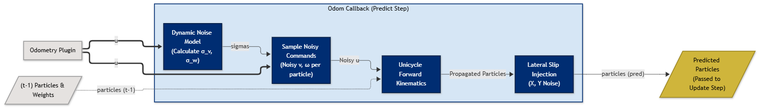
The Mermaid diagram docs/Reasoning Under Uncertainty/Final Paper/figures/pf_predict.png in jtcass01/devol, before a commit. Its source is kept beside it as docs/Reasoning Under Uncertainty/Project Diagrams/pf_predict.mmd. Its diagram source:
```mermaid
graph LR
    Odometry_Plugin["Odometry Plugin"]
    PrevParticles[/"(t-1) Particles & Weights"/]

    subgraph Predict ["Odom Callback (Predict Step)"]
        direction TB
        CalcNoise["Dynamic Noise Model<br>(Calculate σ_v, σ_w)"]
        NoisyCmd["Sample Noisy Commands<br>(Noisy v, ω per particle)"]
        FwdKinematics["Unicycle Forward Kinematics"]
        SlipNoise["Lateral Slip Injection<br>(X, Y Noise)"]
    end

    PredictedParticles[/"Predicted Particles<br>(Passed to Update Step)"/]

    Odometry_Plugin ==>|"u"| CalcNoise
    Odometry_Plugin ==>|"u"| NoisyCmd
    PrevParticles -.->|"particles (t-1)"| FwdKinematics

    CalcNoise -->|"sigmas"| NoisyCmd
    NoisyCmd -->|"Noisy u"| FwdKinematics
    FwdKinematics -->|"Propagated Particles"| SlipNoise

    SlipNoise -->|"particles (pred)"| PredictedParticles

    classDef jhuPrimary fill:#002D72,stroke:#001A40,stroke-width:2px,color:white;
    classDef outOfScope fill:#E5E2E0,stroke:#9A9A9A,stroke-width:2px,color:black;
    classDef handoff fill:#CFB53B,stroke:#9E8721,stroke-width:2px,color:black;

    class CalcNoise,NoisyCmd,FwdKinematics,SlipNoise jhuPrimary;
    class Odometry_Plugin,PrevParticles outOfScope;
    class PredictedParticles handoff;
    style Predict fill:#D6E6F5,stroke:#002D72,stroke-width:2px,color:black;
```
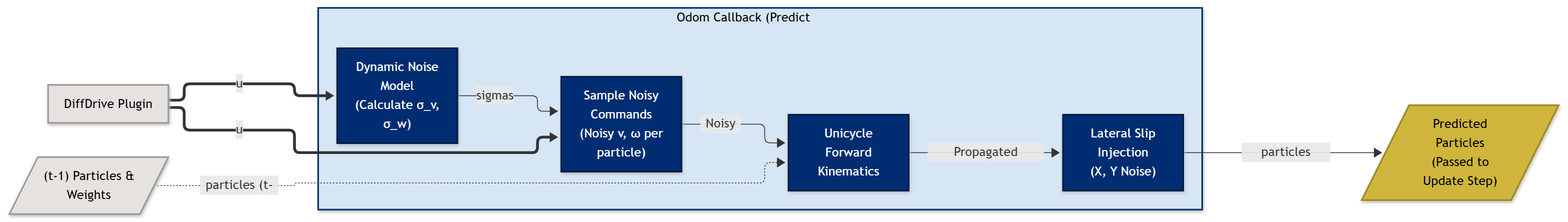
The same file after the commit.

The edit, as a diff of the source:
```diff
@@ -1,5 +1,5 @@
 graph LR
-    Odometry_Plugin["Odometry Plugin"]
+    Odometry_Plugin["DiffDrive Plugin"]
     PrevParticles[/"(t-1) Particles & Weights"/]
 
     subgraph Predict ["Odom Callback (Predict Step)"]
```
